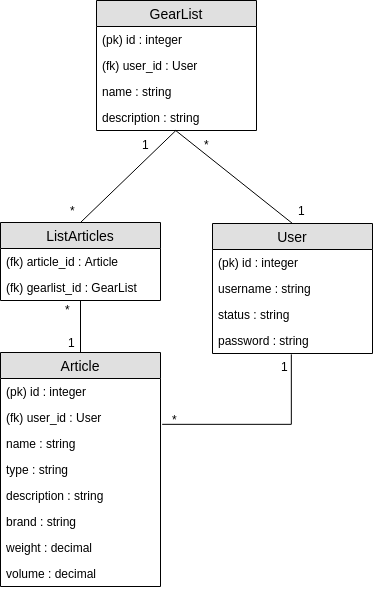
Before: documents/tsoha.png, a diagram exported from draw.io (juhakaup/ReissuReppu). Source tidied: cells renumbered, new cells last; positions are measured from the earlier drawing's top-left corner, leaving out a move shared by most shapes.
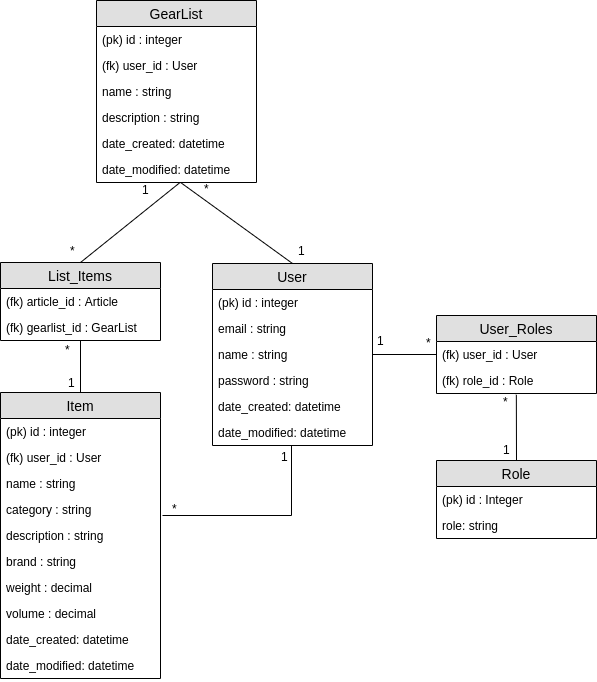
The same file after the commit.

Diff of the diagram source:
```diff
@@ -2,11 +2,11 @@
   <root>
     <mxCell id="0" />
     <mxCell id="1" parent="0" />
-    <mxCell id="2" style="rounded=0;jettySize=auto;html=1;exitX=0.5;exitY=0;exitDx=0;exitDy=0;endArrow=none;endFill=0;entryX=0.496;entryY=1.001;entryDx=0;entryDy=0;entryPerimeter=0;" parent="1" edge="1" source="30" target="16">
+    <mxCell id="2" style="rounded=0;jettySize=auto;html=1;exitX=0.5;exitY=0;exitDx=0;exitDy=0;endArrow=none;endFill=0;entryX=0.519;entryY=1.015;entryDx=0;entryDy=0;entryPerimeter=0;" parent="1" edge="1" source="30" target="40">
       <mxGeometry relative="1" as="geometry" />
     </mxCell>
-    <mxCell id="3" value="Article" style="swimlane;fontStyle=0;horizontal=1;startSize=26;fillColor=#e0e0e0;swimlaneFillColor=#ffffff;align=center;fontSize=14;" parent="1" vertex="1">
-      <mxGeometry y="352" width="160" height="234" as="geometry" />
+    <mxCell id="3" value="Item" style="swimlane;fontStyle=0;horizontal=1;startSize=26;fillColor=#e0e0e0;swimlaneFillColor=#ffffff;align=center;fontSize=14;" parent="1" vertex="1">
+      <mxGeometry y="352" width="160" height="286" as="geometry" />
     </mxCell>
     <mxCell id="4" value="(pk) id : integer" style="text;strokeColor=none;fillColor=none;spacingLeft=4;spacingRight=4;overflow=hidden;fontSize=12;" parent="3" vertex="1">
       <mxGeometry y="26" width="160" height="26" as="geometry" />
@@ -17,7 +17,7 @@
     <mxCell id="6" value="name : string" style="text;strokeColor=none;fillColor=none;spacingLeft=4;spacingRight=4;overflow=hidden;fontSize=12;" parent="3" vertex="1">
       <mxGeometry y="78" width="160" height="26" as="geometry" />
     </mxCell>
-    <mxCell id="7" value="type : string" style="text;strokeColor=none;fillColor=none;spacingLeft=4;spacingRight=4;overflow=hidden;fontSize=12;" parent="3" vertex="1">
+    <mxCell id="7" value="category : string" style="text;strokeColor=none;fillColor=none;spacingLeft=4;spacingRight=4;overflow=hidden;fontSize=12;" parent="3" vertex="1">
       <mxGeometry y="104" width="160" height="26" as="geometry" />
     </mxCell>
     <mxCell id="8" value="description : string" style="text;strokeColor=none;fillColor=none;spacingLeft=4;spacingRight=4;overflow=hidden;fontSize=12;" parent="3" vertex="1">
@@ -32,8 +32,14 @@
     <mxCell id="11" value="volume : decimal" style="text;strokeColor=none;fillColor=none;spacingLeft=4;spacingRight=4;overflow=hidden;fontSize=12;" parent="3" vertex="1">
       <mxGeometry y="208" width="160" height="26" as="geometry" />
     </mxCell>
+    <mxCell id="37" value="date_created: datetime" style="text;strokeColor=none;fillColor=none;spacingLeft=4;spacingRight=4;overflow=hidden;fontSize=12;" parent="3" vertex="1">
+      <mxGeometry y="234" width="160" height="26" as="geometry" />
+    </mxCell>
+    <mxCell id="38" value="date_modified: datetime" style="text;strokeColor=none;fillColor=none;spacingLeft=4;spacingRight=4;overflow=hidden;fontSize=12;" parent="3" vertex="1">
+      <mxGeometry y="260" width="160" height="26" as="geometry" />
+    </mxCell>
     <mxCell id="12" value="GearList" style="swimlane;fontStyle=0;horizontal=1;startSize=26;fillColor=#e0e0e0;swimlaneFillColor=#ffffff;align=center;fontSize=14;" parent="1" vertex="1">
-      <mxGeometry x="96" width="160" height="130" as="geometry" />
+      <mxGeometry x="96" y="-40" width="160" height="182" as="geometry" />
     </mxCell>
     <mxCell id="13" value="(pk) id : integer" style="text;strokeColor=none;fillColor=none;spacingLeft=4;spacingRight=4;overflow=hidden;fontSize=12;" parent="12" vertex="1">
       <mxGeometry y="26" width="160" height="26" as="geometry" />
@@ -47,28 +53,42 @@
     <mxCell id="16" value="description : string" style="text;strokeColor=none;fillColor=none;spacingLeft=4;spacingRight=4;overflow=hidden;points=[[0,0.5],[1,0.5]];portConstraint=eastwest;fontSize=12;" parent="12" vertex="1">
       <mxGeometry y="104" width="160" height="26" as="geometry" />
     </mxCell>
+    <mxCell id="39" value="date_created: datetime" style="text;strokeColor=none;fillColor=none;spacingLeft=4;spacingRight=4;overflow=hidden;fontSize=12;" parent="12" vertex="1">
+      <mxGeometry y="130" width="160" height="26" as="geometry" />
+    </mxCell>
+    <mxCell id="40" value="date_modified: datetime" style="text;strokeColor=none;fillColor=none;spacingLeft=4;spacingRight=4;overflow=hidden;points=[[0,0.5],[1,0.5]];portConstraint=eastwest;fontSize=12;" parent="12" vertex="1">
+      <mxGeometry y="156" width="160" height="26" as="geometry" />
+    </mxCell>
-    <mxCell id="17" style="edgeStyle=none;rounded=0;jettySize=auto;html=1;exitX=0.5;exitY=0;exitDx=0;exitDy=0;endArrow=none;endFill=0;entryX=0.495;entryY=1;entryDx=0;entryDy=0;entryPerimeter=0;" parent="1" edge="1" source="18" target="16">
+    <mxCell id="17" style="edgeStyle=none;rounded=0;jettySize=auto;html=1;exitX=0.5;exitY=0;exitDx=0;exitDy=0;endArrow=none;endFill=0;entryX=0.529;entryY=1.015;entryDx=0;entryDy=0;entryPerimeter=0;" parent="1" edge="1" source="18" target="40">
       <mxGeometry relative="1" as="geometry" />
     </mxCell>
     <mxCell id="18" value="User" style="swimlane;fontStyle=0;horizontal=1;startSize=26;fillColor=#e0e0e0;swimlaneFillColor=#ffffff;align=center;fontSize=14;" parent="1" vertex="1">
-      <mxGeometry x="212" y="223" width="160" height="130" as="geometry" />
+      <mxGeometry x="212" y="223" width="160" height="182" as="geometry" />
     </mxCell>
     <mxCell id="19" value="(pk) id : integer" style="text;strokeColor=none;fillColor=none;spacingLeft=4;spacingRight=4;overflow=hidden;fontSize=12;" parent="18" vertex="1">
       <mxGeometry y="26" width="160" height="26" as="geometry" />
     </mxCell>
-    <mxCell id="20" value="username : string" style="text;strokeColor=none;fillColor=none;spacingLeft=4;spacingRight=4;overflow=hidden;fontSize=12;" parent="18" vertex="1">
+    <mxCell id="20" value="email : string" style="text;strokeColor=none;fillColor=none;spacingLeft=4;spacingRight=4;overflow=hidden;fontSize=12;" parent="18" vertex="1">
       <mxGeometry y="52" width="160" height="26" as="geometry" />
     </mxCell>
-    <mxCell id="21" value="status : string" style="text;strokeColor=none;fillColor=none;spacingLeft=4;spacingRight=4;overflow=hidden;points=[[0,0.5],[1,0.5]];portConstraint=eastwest;fontSize=12;" parent="18" vertex="1">
+    <mxCell id="21" value="name : string" style="text;strokeColor=none;fillColor=none;spacingLeft=4;spacingRight=4;overflow=hidden;points=[[0,0.5],[1,0.5]];portConstraint=eastwest;fontSize=12;" parent="18" vertex="1">
       <mxGeometry y="78" width="160" height="26" as="geometry" />
     </mxCell>
     <mxCell id="22" value="password : string" style="text;strokeColor=none;fillColor=none;spacingLeft=4;spacingRight=4;overflow=hidden;points=[[0,0.5],[1,0.5]];portConstraint=eastwest;fontSize=12;" parent="18" vertex="1">
       <mxGeometry y="104" width="160" height="26" as="geometry" />
     </mxCell>
+    <mxCell id="41" value="date_created: datetime" style="text;strokeColor=none;fillColor=none;spacingLeft=4;spacingRight=4;overflow=hidden;fontSize=12;" parent="18" vertex="1">
+      <mxGeometry y="130" width="160" height="26" as="geometry" />
+    </mxCell>
+    <mxCell id="42" value="date_modified: datetime" style="text;strokeColor=none;fillColor=none;spacingLeft=4;spacingRight=4;overflow=hidden;fontSize=12;" parent="18" vertex="1">
+      <mxGeometry y="156" width="160" height="26" as="geometry" />
+    </mxCell>
-    <mxCell id="23" style="edgeStyle=orthogonalEdgeStyle;rounded=0;jettySize=auto;html=1;entryX=0.491;entryY=1.02;entryDx=0;entryDy=0;endArrow=none;endFill=0;entryPerimeter=0;exitX=1.01;exitY=0.763;exitDx=0;exitDy=0;exitPerimeter=0;" parent="1" edge="1" source="5" target="22">
+    <mxCell id="23" style="edgeStyle=orthogonalEdgeStyle;rounded=0;orthogonalLoop=1;jettySize=auto;html=1;entryX=0.491;entryY=1.02;entryDx=0;entryDy=0;endArrow=none;endFill=0;entryPerimeter=0;exitX=1.01;exitY=0.763;exitDx=0;exitDy=0;exitPerimeter=0;" parent="1" edge="1">
       <mxGeometry relative="1" as="geometry">
+        <mxPoint x="161.8" y="475" as="sourcePoint" />
+        <mxPoint x="290.6" y="404.6" as="targetPoint" />
         <Array as="points">
-          <mxPoint x="291" y="424" />
+          <mxPoint x="291" y="475" />
         </Array>
       </mxGeometry>
     </mxCell>
@@ -76,21 +96,21 @@
       <mxGeometry x="296" y="201" width="20" height="20" as="geometry" />
     </mxCell>
     <mxCell id="25" value="*" style="text;html=1;align=left;verticalAlign=top;spacingTop=-4;" parent="1" vertex="1">
-      <mxGeometry x="202" y="135" width="20" height="20" as="geometry" />
+      <mxGeometry x="202" y="139" width="20" height="20" as="geometry" />
     </mxCell>
     <mxCell id="26" value="*" style="text;html=1;align=left;verticalAlign=top;spacingTop=-4;" parent="1" vertex="1">
-      <mxGeometry x="170" y="410" width="20" height="20" as="geometry" />
+      <mxGeometry x="170" y="459" width="20" height="20" as="geometry" />
     </mxCell>
     <mxCell id="27" value="1" style="text;html=1;align=left;verticalAlign=top;spacingTop=-4;" parent="1" vertex="1">
       <mxGeometry x="66" y="333" width="20" height="20" as="geometry" />
     </mxCell>
     <mxCell id="28" value="1" style="text;html=1;align=left;verticalAlign=top;spacingTop=-4;" parent="1" vertex="1">
-      <mxGeometry x="140" y="135" width="20" height="20" as="geometry" />
+      <mxGeometry x="140" y="140" width="20" height="20" as="geometry" />
     </mxCell>
     <mxCell id="29" value="*" style="text;html=1;align=left;verticalAlign=top;spacingTop=-4;" parent="1" vertex="1">
       <mxGeometry x="49" y="251" width="20" height="20" as="geometry" />
     </mxCell>
-    <mxCell id="30" value="ListArticles" style="swimlane;fontStyle=0;horizontal=1;startSize=26;fillColor=#e0e0e0;swimlaneFillColor=#ffffff;align=center;fontSize=14;" parent="1" vertex="1">
+    <mxCell id="30" value="List_Items" style="swimlane;fontStyle=0;horizontal=1;startSize=26;fillColor=#e0e0e0;swimlaneFillColor=#ffffff;align=center;fontSize=14;" parent="1" vertex="1">
       <mxGeometry y="222" width="160" height="78" as="geometry" />
     </mxCell>
     <mxCell id="31" value="(fk) article_id : Article" style="text;strokeColor=none;fillColor=none;spacingLeft=4;spacingRight=4;overflow=hidden;fontSize=12;" parent="30" vertex="1">
@@ -109,7 +129,43 @@
       <mxGeometry x="63" y="300" width="20" height="20" as="geometry" />
     </mxCell>
     <mxCell id="36" value="1" style="text;html=1;align=left;verticalAlign=top;spacingTop=-4;" parent="1" vertex="1">
-      <mxGeometry x="279" y="357" width="20" height="20" as="geometry" />
+      <mxGeometry x="279" y="407" width="20" height="20" as="geometry" />
     </mxCell>
+    <mxCell id="43" value="User_Roles" style="swimlane;fontStyle=0;horizontal=1;startSize=26;fillColor=#e0e0e0;swimlaneFillColor=#ffffff;align=center;fontSize=14;" parent="1" vertex="1">
+      <mxGeometry x="436" y="275" width="160" height="78" as="geometry" />
+    </mxCell>
+    <mxCell id="44" value="(fk) user_id : User" style="text;strokeColor=none;fillColor=none;spacingLeft=4;spacingRight=4;overflow=hidden;points=[[0,0.5],[1,0.5]];portConstraint=eastwest;fontSize=12;" parent="43" vertex="1">
+      <mxGeometry y="26" width="160" height="26" as="geometry" />
+    </mxCell>
+    <mxCell id="45" value="(fk) role_id : Role" style="text;strokeColor=none;fillColor=none;spacingLeft=4;spacingRight=4;overflow=hidden;points=[[0,0.5],[1,0.5]];portConstraint=eastwest;fontSize=12;" parent="43" vertex="1">
+      <mxGeometry y="52" width="160" height="26" as="geometry" />
+    </mxCell>
+    <mxCell id="46" style="edgeStyle=none;rounded=0;jettySize=auto;html=1;exitX=0.5;exitY=0;exitDx=0;exitDy=0;entryX=0.499;entryY=1.049;entryDx=0;entryDy=0;entryPerimeter=0;endArrow=none;endFill=0;" parent="1" edge="1" source="47" target="45">
+      <mxGeometry relative="1" as="geometry" />
+    </mxCell>
+    <mxCell id="47" value="Role" style="swimlane;fontStyle=0;horizontal=1;startSize=26;fillColor=#e0e0e0;swimlaneFillColor=#ffffff;align=center;fontSize=14;" parent="1" vertex="1">
+      <mxGeometry x="436" y="420" width="160" height="78" as="geometry" />
+    </mxCell>
+    <mxCell id="48" value="(pk) id : Integer" style="text;strokeColor=none;fillColor=none;spacingLeft=4;spacingRight=4;overflow=hidden;fontSize=12;" parent="47" vertex="1">
+      <mxGeometry y="26" width="160" height="26" as="geometry" />
+    </mxCell>
+    <mxCell id="49" value="role: string" style="text;strokeColor=none;fillColor=none;spacingLeft=4;spacingRight=4;overflow=hidden;fontSize=12;" parent="47" vertex="1">
+      <mxGeometry y="52" width="160" height="26" as="geometry" />
+    </mxCell>
+    <mxCell id="50" style="rounded=0;jettySize=auto;html=1;exitX=1;exitY=0.5;exitDx=0;exitDy=0;entryX=0;entryY=0.5;entryDx=0;entryDy=0;endArrow=none;endFill=0;" parent="1" edge="1" source="21" target="44">
+      <mxGeometry relative="1" as="geometry" />
+    </mxCell>
+    <mxCell id="51" value="1" style="text;html=1;align=left;verticalAlign=top;spacingTop=-4;" parent="1" vertex="1">
+      <mxGeometry x="374.5" y="291" width="20" height="20" as="geometry" />
+    </mxCell>
+    <mxCell id="52" value="*" style="text;html=1;align=left;verticalAlign=top;spacingTop=-4;" parent="1" vertex="1">
+      <mxGeometry x="423.5" y="293" width="20" height="20" as="geometry" />
+    </mxCell>
+    <mxCell id="53" value="1" style="text;html=1;align=left;verticalAlign=top;spacingTop=-4;" parent="1" vertex="1">
+      <mxGeometry x="501" y="400" width="20" height="20" as="geometry" />
+    </mxCell>
+    <mxCell id="54" value="*" style="text;html=1;align=left;verticalAlign=top;spacingTop=-4;" parent="1" vertex="1">
+      <mxGeometry x="501" y="352" width="20" height="20" as="geometry" />
+    </mxCell>
   </root>
 </mxGraphModel>
```
